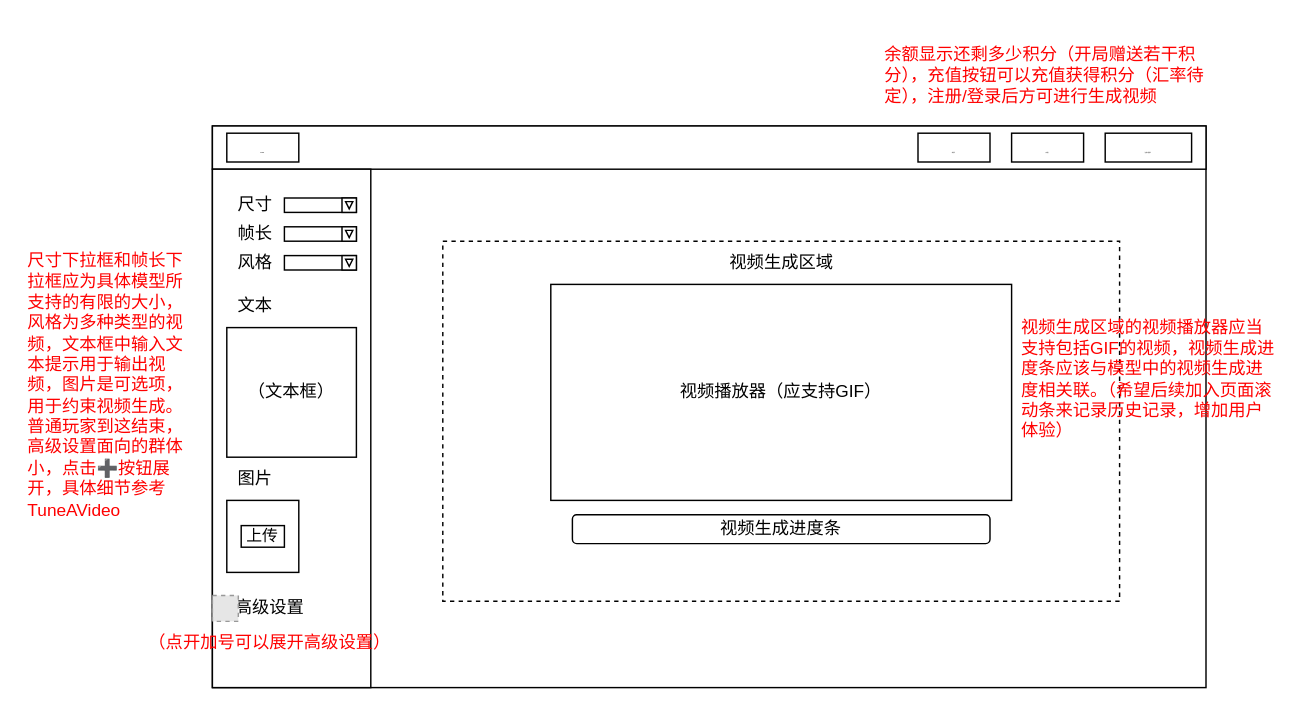
Before: 页面说明.drawio in shinejjy/Flow-Chart, a draw.io diagram. Source tidied: cells renumbered, new cells numbered last; positions are measured from the earlier drawing's top-left corner, leaving out a move shared by most shapes. Both pictures are drawn from the tidied source at 144%, with x=0, y=0 at pixel (24, 24). Pictures stored in the file or linked from it are replaced by grey dashed boxes.
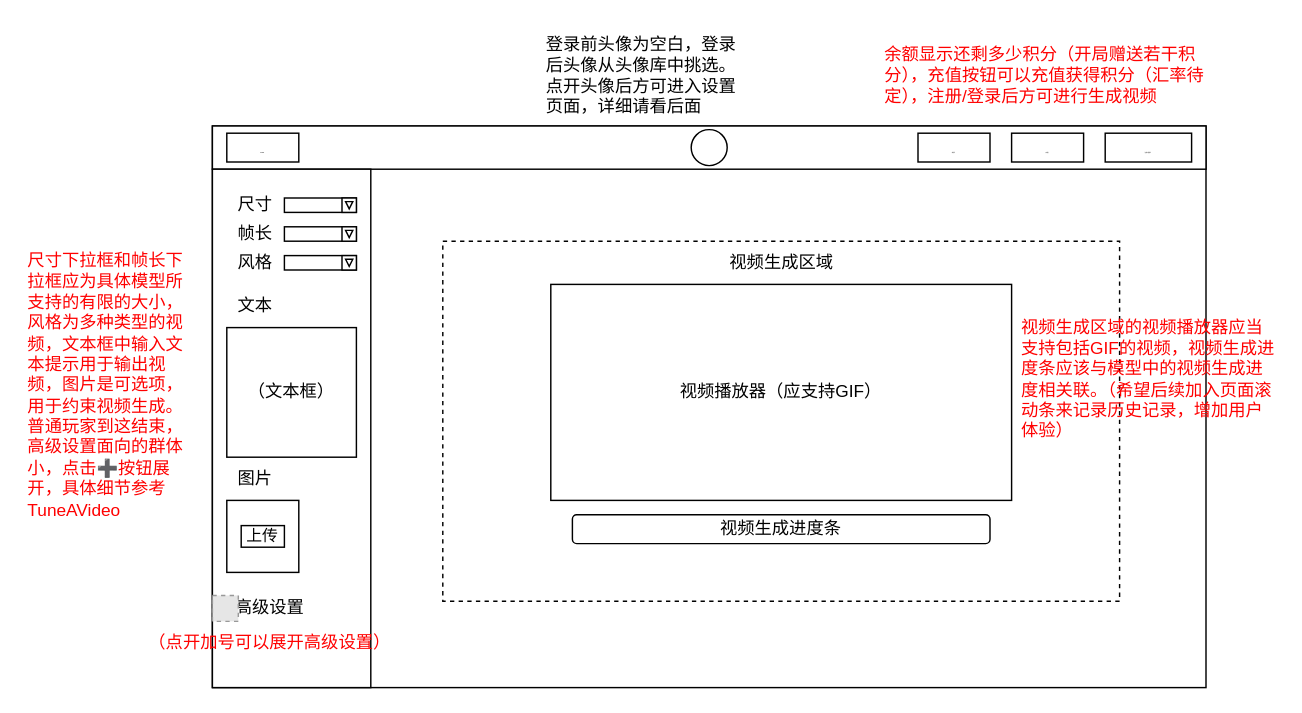
Above is the later version.

Commit message:
更新页面说明.drawio

Change to the diagram source:
```diff
@@
+    <mxCell id="39" style="ellipse;whiteSpace=wrap;html=1;" parent="1" vertex="1">
+      <mxGeometry x="462.5" y="72.5" width="25" height="25" as="geometry" />
+    </mxCell>
+    <mxCell id="40" value="登录前头像为空白，登录后头像从头像库中挑选。点开头像后方可进入设置页面，详细请看后面" style="text;html=1;strokeColor=none;fillColor=none;align=left;verticalAlign=middle;whiteSpace=wrap;rounded=0;" parent="1" vertex="1">
+      <mxGeometry x="360" y="10" width="140" height="50" as="geometry" />
+    </mxCell>
```
